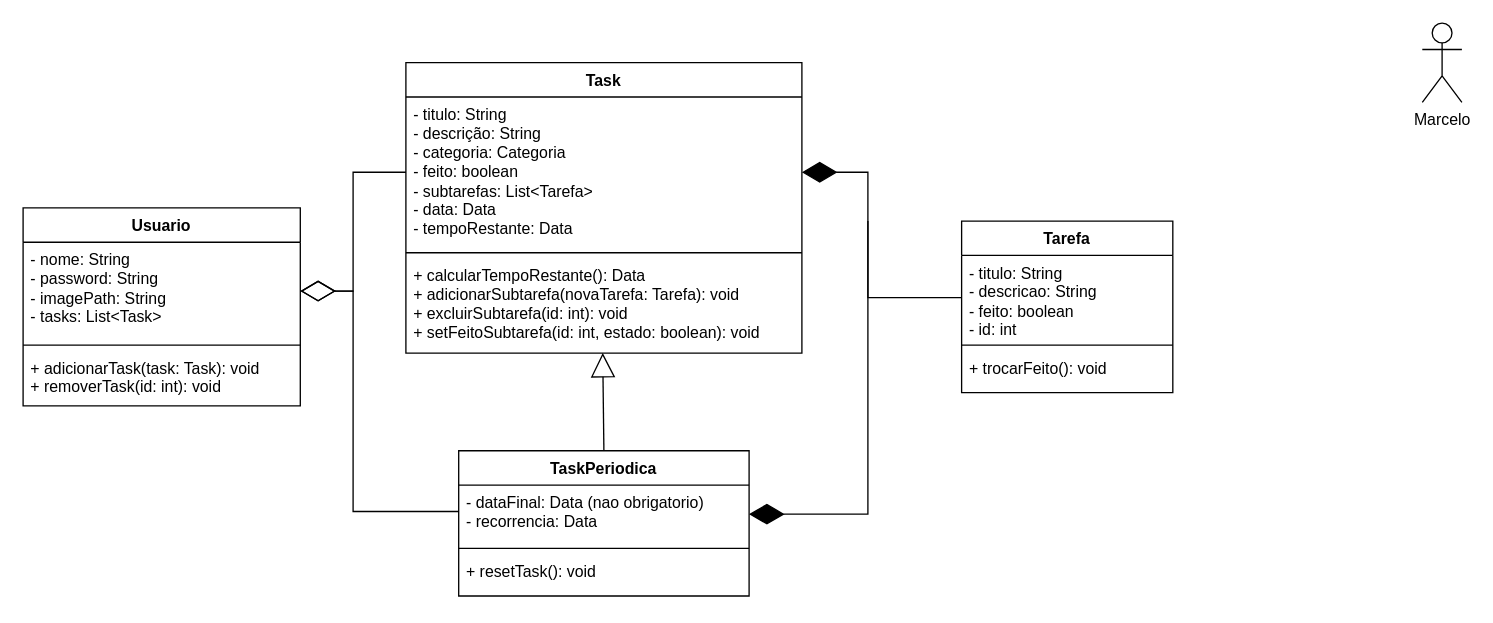
yaesetti/task-it keeps this draw.io diagram as Diagrama UML - TaskIt.drawio. Above is the earlier version. Source tidied: cells renumbered, new cells numbered last; positions are measured from the earlier drawing's top-left corner, leaving out a move shared by most shapes. Both pictures are drawn from the tidied source at 132%, with x=0, y=0 at pixel (22, 22).
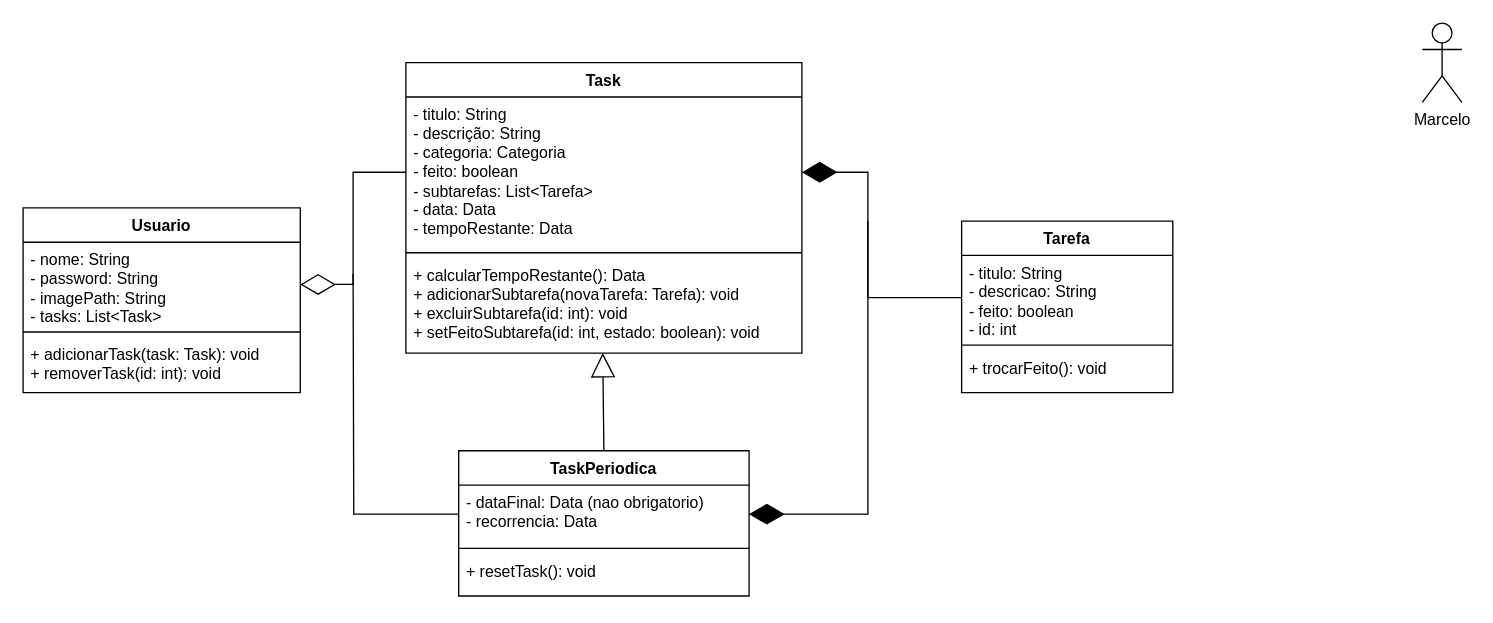
The same page after the edit.

The change refers to these unchanged cells:
```xml
<mxCell id="3" value="- titulo: String&lt;div&gt;- descrição: String&lt;/div&gt;&lt;div&gt;- categoria: Categoria&lt;/div&gt;&lt;div&gt;- feito: boolean&lt;/div&gt;&lt;div&gt;- subtarefas: List&amp;lt;Tarefa&amp;gt;&lt;/div&gt;&lt;div&gt;- data: Data&lt;/div&gt;&lt;div&gt;- tempoRestante: Data&lt;/div&gt;" style="text;strokeColor=none;fillColor=none;align=left;verticalAlign=top;spacingLeft=4;spacingRight=4;overflow=hidden;points=[[0,0.5],[1,0.5]];portConstraint=eastwest;whiteSpace=wrap;html=1;" parent="2" vertex="1">
  <mxGeometry y="26" width="300" height="114" as="geometry" />
</mxCell>
<mxCell id="10" value="TaskPeriodica" style="swimlane;fontStyle=1;align=center;verticalAlign=top;horizontal=1;startSize=26;whiteSpace=wrap;html=1;" parent="1" vertex="1">
  <mxGeometry x="330" y="324" width="220" height="110" as="geometry" />
</mxCell>
<mxCell id="11" value="&lt;div&gt;&lt;span style=&quot;background-color: transparent; color: light-dark(rgb(0, 0, 0), rgb(255, 255, 255));&quot;&gt;- dataFinal: Data (nao obrigatorio)&lt;/span&gt;&lt;/div&gt;&lt;div&gt;&lt;span style=&quot;background-color: transparent; color: light-dark(rgb(0, 0, 0), rgb(255, 255, 255));&quot;&gt;- recorrencia: Data&lt;/span&gt;&lt;/div&gt;" style="text;strokeColor=none;fillColor=none;align=left;verticalAlign=top;spacingLeft=4;spacingRight=4;overflow=hidden;points=[[0,0.5],[1,0.5]];portConstraint=eastwest;whiteSpace=wrap;html=1;" parent="10" vertex="1">
  <mxGeometry y="26" width="220" height="44" as="geometry" />
</mxCell>
```

What changed in the source:
```diff
@@
+    <mxCell id="24" style="edgeStyle=orthogonalEdgeStyle;rounded=0;jettySize=auto;html=1;endArrow=none;endFill=0;exitX=0;exitY=0.5;exitDx=0;exitDy=0;" parent="10" edge="1" source="11">
+      <mxGeometry relative="1" as="geometry">
+        <mxPoint x="-80" y="-134" as="targetPoint" />
+      </mxGeometry>
+    </mxCell>
@@
     <mxCell id="17" value="Usuario" style="swimlane;fontStyle=1;align=center;verticalAlign=top;horizontal=1;startSize=26;whiteSpace=wrap;html=1;" parent="1" vertex="1">
-      <mxGeometry y="140" width="210" height="150" as="geometry" />
+      <mxGeometry y="140" width="210" height="140" as="geometry" />
     </mxCell>
     <mxCell id="18" value="&lt;div&gt;- nome: String&lt;/div&gt;&lt;div&gt;- password: String&lt;/div&gt;&lt;div&gt;- imagePath: String&lt;/div&gt;- tasks: List&amp;lt;Task&amp;gt;" style="text;strokeColor=none;fillColor=none;align=left;verticalAlign=top;spacingLeft=4;spacingRight=4;overflow=hidden;points=[[0,0.5],[1,0.5]];portConstraint=eastwest;whiteSpace=wrap;html=1;" parent="17" vertex="1">
-      <mxGeometry y="26" width="210" height="74" as="geometry" />
+      <mxGeometry y="26" width="210" height="64" as="geometry" />
     </mxCell>
     <mxCell id="19" style="line;strokeWidth=1;fillColor=none;align=left;verticalAlign=middle;spacingTop=-1;spacingLeft=3;spacingRight=3;labelPosition=right;strokeColor=inherit;" parent="17" vertex="1">
-      <mxGeometry y="100" width="210" height="8" as="geometry" />
+      <mxGeometry y="90" width="210" height="8" as="geometry" />
     </mxCell>
     <mxCell id="20" value="+ adicionarTask(task: Task): void&lt;div&gt;+ removerTask(id: int): void&lt;/div&gt;" style="text;strokeColor=none;fillColor=none;align=left;verticalAlign=top;spacingLeft=4;spacingRight=4;overflow=hidden;whiteSpace=wrap;html=1;" parent="17" vertex="1">
-      <mxGeometry y="108" width="210" height="42" as="geometry" />
+      <mxGeometry y="98" width="210" height="42" as="geometry" />
     </mxCell>
@@
-    <mxCell id="22" style="endArrow=diamondThin;endFill=0;endSize=24;html=1;rounded=0;entryX=1;entryY=0.5;entryDx=0;entryDy=0;" parent="1" edge="1" source="3" target="18">
+    <mxCell id="22" style="endArrow=diamondThin;endFill=0;endSize=24;html=1;rounded=0;entryX=1;entryY=0.5;entryDx=0;entryDy=0;edgeStyle=elbowEdgeStyle;jumpStyle=none;strokeColor=default;" parent="1" edge="1">
       <mxGeometry relative="1" as="geometry">
+        <mxPoint x="290" y="113" as="sourcePoint" />
+        <mxPoint x="210" y="198" as="targetPoint" />
         <Array as="points">
-          <mxPoint x="250" y="113" />
-          <mxPoint x="250" y="203" />
+          <mxPoint x="250" y="200" />
+          <mxPoint x="250" y="200" />
         </Array>
       </mxGeometry>
     </mxCell>
-    <mxCell id="23" style="endArrow=diamondThin;endFill=0;endSize=24;html=1;rounded=0;" parent="1" edge="1">
-      <mxGeometry relative="1" as="geometry">
-        <mxPoint x="290" y="370" as="sourcePoint" />
-        <mxPoint x="210" y="203" as="targetPoint" />
-        <Array as="points">
-          <mxPoint x="330" y="370" />
-          <mxPoint x="250" y="370" />
-          <mxPoint x="250" y="203" />
-        </Array>
-      </mxGeometry>
-    </mxCell>
```
